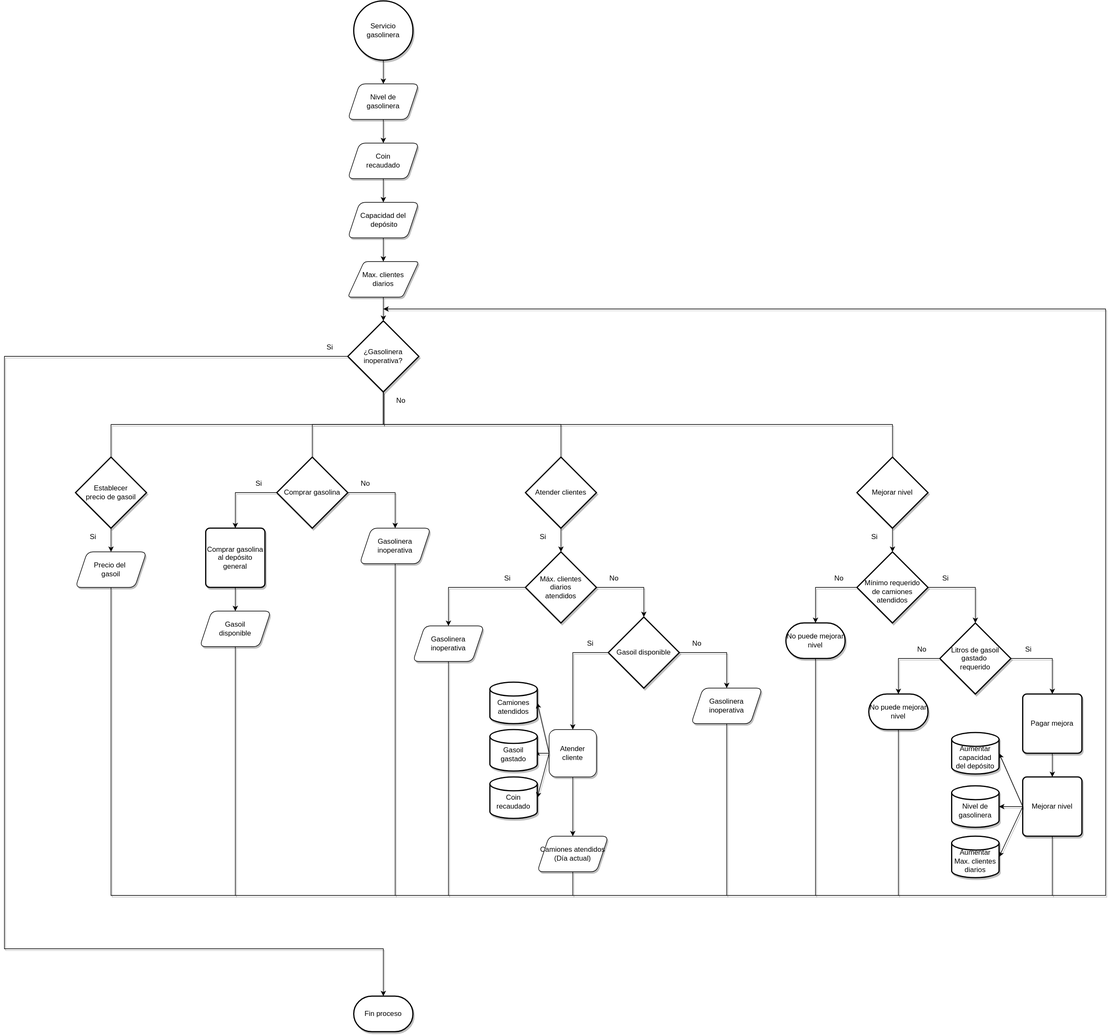
The draw.io diagram Gasolineras.svg in JuanLuisCorrea/Diagramas-de-flujo-para-servicios---WoT, before a commit. Source tidied: cells renumbered, new cells last; positions are measured from the earlier drawing's top-left corner, leaving out a move shared by most shapes.
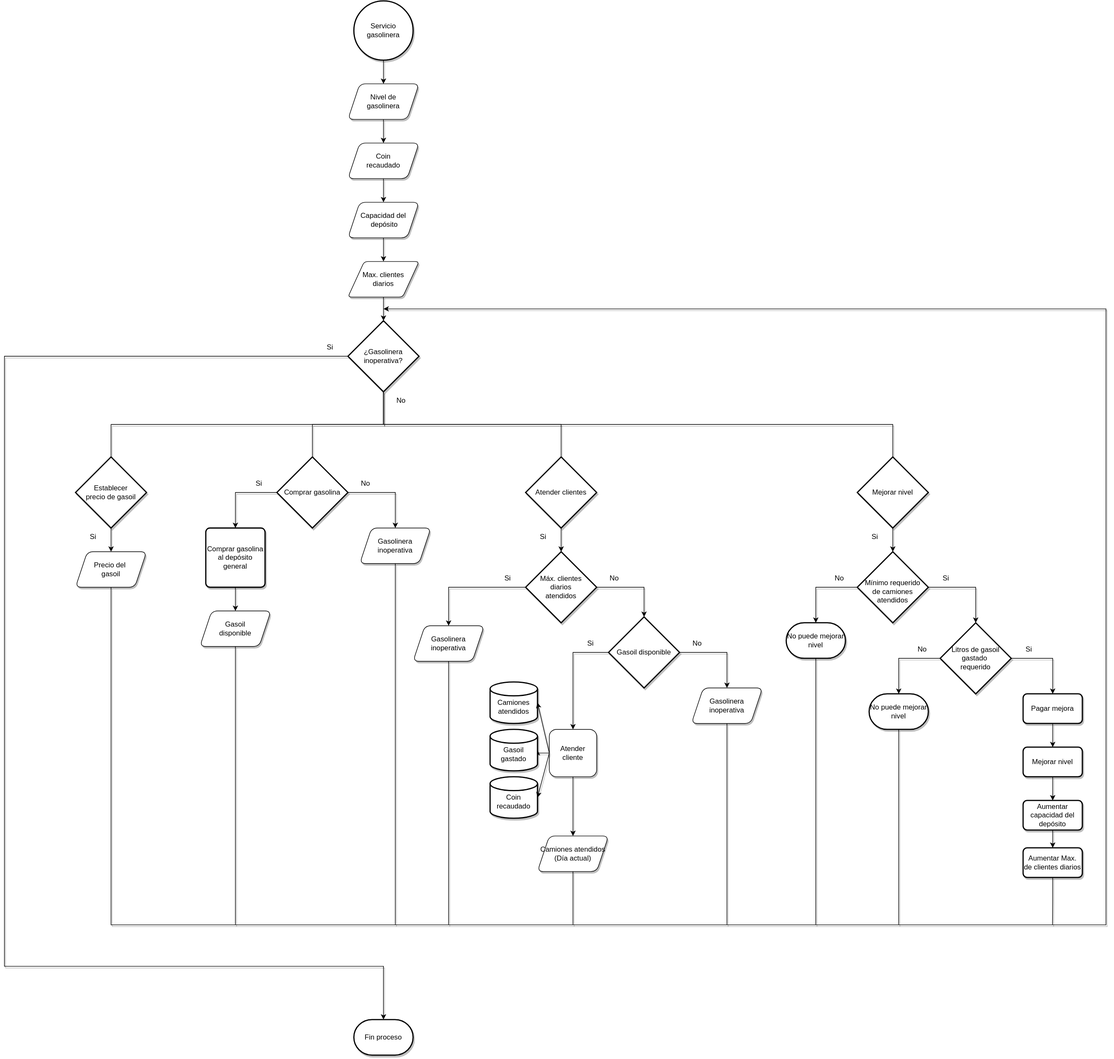
After the change.

The edit, as a diff of the source:
```diff
@@ -39,8 +39,8 @@
       <mxGeometry relative="1" as="geometry">
         <Array as="points">
           <mxPoint y="600" />
-          <mxPoint y="1600" />
-          <mxPoint x="640" y="1600" />
+          <mxPoint y="1630" />
+          <mxPoint x="640" y="1630" />
         </Array>
       </mxGeometry>
     </mxCell>
@@ -178,7 +178,7 @@
     </mxCell>
     <mxCell id="55" style="edgeStyle=orthogonalEdgeStyle;rounded=0;jettySize=auto;html=1;exitX=0.5;exitY=1;exitDx=0;exitDy=0;exitPerimeter=0;shadow=1;endArrow=none;endFill=0;" parent="1" edge="1" source="56">
       <mxGeometry relative="1" as="geometry">
-        <mxPoint x="1370" y="1510" as="targetPoint" />
+        <mxPoint x="1370" y="1560" as="targetPoint" />
       </mxGeometry>
     </mxCell>
     <mxCell id="56" value="No puede mejorar nivel" style="strokeWidth=2;html=1;shape=mxgraph.flowchart.terminator;whiteSpace=wrap;shadow=1;" parent="1" vertex="1">
@@ -201,7 +201,7 @@
     </mxCell>
     <mxCell id="62" style="edgeStyle=orthogonalEdgeStyle;rounded=0;jettySize=auto;html=1;exitX=0.5;exitY=1;exitDx=0;exitDy=0;exitPerimeter=0;shadow=1;endArrow=none;endFill=0;" parent="1" edge="1" source="63">
       <mxGeometry relative="1" as="geometry">
-        <mxPoint x="1510" y="1510" as="targetPoint" />
+        <mxPoint x="1510" y="1560" as="targetPoint" />
       </mxGeometry>
     </mxCell>
     <mxCell id="63" value="No puede mejorar nivel" style="strokeWidth=2;html=1;shape=mxgraph.flowchart.terminator;whiteSpace=wrap;shadow=1;" parent="1" vertex="1">
@@ -214,36 +214,19 @@
       <mxGeometry relative="1" as="geometry" />
     </mxCell>
     <mxCell id="66" value="Pagar mejora" style="rounded=1;whiteSpace=wrap;html=1;absoluteArcSize=1;arcSize=14;strokeWidth=2;shadow=1;sketch=0;" parent="1" vertex="1">
-      <mxGeometry x="1720" y="1170" width="100" height="100" as="geometry" />
+      <mxGeometry x="1720" y="1170" width="100" height="50" as="geometry" />
     </mxCell>
     <mxCell id="67" value="Si" style="text;html=1;strokeColor=none;fillColor=none;align=center;verticalAlign=middle;whiteSpace=wrap;rounded=0;shadow=1;" parent="1" vertex="1">
       <mxGeometry x="1700" y="1080" width="60" height="30" as="geometry" />
     </mxCell>
-    <mxCell id="68" style="edgeStyle=orthogonalEdgeStyle;rounded=0;jettySize=auto;html=1;shadow=1;" parent="1" edge="1" source="70" target="79">
-      <mxGeometry relative="1" as="geometry" />
-    </mxCell>
-    <mxCell id="69" style="edgeStyle=orthogonalEdgeStyle;rounded=0;jettySize=auto;html=1;exitX=0.5;exitY=1;exitDx=0;exitDy=0;shadow=1;endArrow=none;endFill=0;" parent="1" edge="1" source="70">
-      <mxGeometry relative="1" as="geometry">
-        <mxPoint x="1770" y="1510" as="targetPoint" />
-      </mxGeometry>
-    </mxCell>
+    <mxCell id="73" style="edgeStyle=orthogonalEdgeStyle;rounded=0;jettySize=auto;html=1;shadow=1;endArrow=classic;endFill=1;" parent="1" edge="1" source="70" target="71">
+      <mxGeometry relative="1" as="geometry" />
+    </mxCell>
     <mxCell id="70" value="Mejorar nivel" style="rounded=1;whiteSpace=wrap;html=1;absoluteArcSize=1;arcSize=14;strokeWidth=2;shadow=1;sketch=0;" parent="1" vertex="1">
-      <mxGeometry x="1720" y="1310" width="100" height="100" as="geometry" />
+      <mxGeometry x="1720" y="1260" width="100" height="50" as="geometry" />
     </mxCell>
-    <mxCell id="71" value="&lt;br&gt;Aumentar&lt;br&gt;capacidad&lt;br&gt;del depósito" style="strokeWidth=2;html=1;shape=mxgraph.flowchart.database;whiteSpace=wrap;shadow=1;direction=east;" parent="1" vertex="1">
-      <mxGeometry x="1600" y="1235" width="80" height="70" as="geometry" />
-    </mxCell>
-    <mxCell id="72" value="&lt;br&gt;Aumentar&lt;br&gt;Max. clientes&lt;br&gt;diarios" style="strokeWidth=2;html=1;shape=mxgraph.flowchart.database;whiteSpace=wrap;shadow=1;direction=east;" parent="1" vertex="1">
-      <mxGeometry x="1600" y="1410" width="80" height="70" as="geometry" />
-    </mxCell>
-    <mxCell id="73" style="endArrow=classic;html=1;rounded=0;shadow=1;exitX=0;exitY=0.5;exitDx=0;exitDy=0;entryX=1;entryY=0.5;entryDx=0;entryDy=0;entryPerimeter=0;" parent="1" edge="1" source="70" target="71">
-      <mxGeometry relative="1" as="geometry" />
-    </mxCell>
-    <mxCell id="74" style="endArrow=classic;html=1;rounded=0;shadow=1;exitX=0;exitY=0.5;exitDx=0;exitDy=0;entryX=1;entryY=0.5;entryDx=0;entryDy=0;entryPerimeter=0;" parent="1" edge="1" source="70" target="72">
-      <mxGeometry relative="1" as="geometry" />
-    </mxCell>
     <mxCell id="75" value="Fin proceso" style="strokeWidth=2;html=1;shape=mxgraph.flowchart.terminator;whiteSpace=wrap;rounded=1;shadow=1;sketch=0;" parent="1" vertex="1">
-      <mxGeometry x="590" y="1680" width="100" height="60" as="geometry" />
+      <mxGeometry x="590" y="1720" width="100" height="60" as="geometry" />
     </mxCell>
     <mxCell id="76" value="Gasoil &lt;br&gt;disponible" style="shape=parallelogram;perimeter=parallelogramPerimeter;whiteSpace=wrap;html=1;fixedSize=1;rounded=1;sketch=0;shadow=1;" parent="1" vertex="1">
       <mxGeometry x="330" y="1030" width="120" height="60" as="geometry" />
@@ -252,8 +235,8 @@
       <mxGeometry relative="1" as="geometry">
         <mxPoint x="640" y="520" as="targetPoint" />
         <Array as="points">
-          <mxPoint x="180" y="1510" />
-          <mxPoint x="1860" y="1510" />
+          <mxPoint x="180" y="1560" />
+          <mxPoint x="1860" y="1560" />
           <mxPoint x="1860" y="520" />
         </Array>
       </mxGeometry>
@@ -261,12 +244,9 @@
     <mxCell id="78" value="Precio del&amp;nbsp;&lt;br&gt;gasoil" style="shape=parallelogram;perimeter=parallelogramPerimeter;whiteSpace=wrap;html=1;fixedSize=1;rounded=1;sketch=0;shadow=1;" parent="1" vertex="1">
       <mxGeometry x="120" y="930" width="120" height="60" as="geometry" />
     </mxCell>
-    <mxCell id="79" value="&lt;br&gt;Nivel de gasolinera" style="strokeWidth=2;html=1;shape=mxgraph.flowchart.database;whiteSpace=wrap;shadow=1;direction=east;" parent="1" vertex="1">
-      <mxGeometry x="1600" y="1325" width="80" height="70" as="geometry" />
-    </mxCell>
     <mxCell id="80" style="edgeStyle=orthogonalEdgeStyle;rounded=0;jettySize=auto;html=1;exitX=0.5;exitY=1;exitDx=0;exitDy=0;shadow=1;endArrow=none;endFill=0;" parent="1" edge="1" source="81">
       <mxGeometry relative="1" as="geometry">
-        <mxPoint x="960" y="1510" as="targetPoint" />
+        <mxPoint x="960" y="1560" as="targetPoint" />
       </mxGeometry>
     </mxCell>
     <mxCell id="81" value="Camiones atendidos&lt;br&gt;(Día actual)" style="shape=parallelogram;perimeter=parallelogramPerimeter;whiteSpace=wrap;html=1;fixedSize=1;rounded=1;sketch=0;shadow=1;" parent="1" vertex="1">
@@ -277,7 +257,7 @@
     </mxCell>
     <mxCell id="83" style="edgeStyle=orthogonalEdgeStyle;rounded=0;jettySize=auto;html=1;exitX=0.5;exitY=1;exitDx=0;exitDy=0;shadow=1;endArrow=none;endFill=0;" parent="1" edge="1" source="84">
       <mxGeometry relative="1" as="geometry">
-        <mxPoint x="1220" y="1510" as="targetPoint" />
+        <mxPoint x="1220" y="1560" as="targetPoint" />
       </mxGeometry>
     </mxCell>
     <mxCell id="84" value="Gasolinera&lt;br&gt;inoperativa" style="shape=parallelogram;perimeter=parallelogramPerimeter;whiteSpace=wrap;html=1;fixedSize=1;rounded=1;sketch=0;shadow=1;" parent="1" vertex="1">
@@ -285,7 +265,7 @@
     </mxCell>
     <mxCell id="85" style="edgeStyle=orthogonalEdgeStyle;rounded=0;jettySize=auto;html=1;shadow=1;endArrow=none;endFill=0;" parent="1" edge="1" source="86">
       <mxGeometry relative="1" as="geometry">
-        <mxPoint x="750" y="1510" as="targetPoint" />
+        <mxPoint x="750" y="1560" as="targetPoint" />
       </mxGeometry>
     </mxCell>
     <mxCell id="86" value="Gasolinera&lt;br&gt;inoperativa" style="shape=parallelogram;perimeter=parallelogramPerimeter;whiteSpace=wrap;html=1;fixedSize=1;rounded=1;sketch=0;shadow=1;" parent="1" vertex="1">
@@ -296,16 +276,30 @@
     </mxCell>
     <mxCell id="88" style="endArrow=none;html=1;rounded=0;shadow=1;exitX=0.5;exitY=1;exitDx=0;exitDy=0;" parent="1" edge="1" source="76">
       <mxGeometry relative="1" as="geometry">
-        <mxPoint x="390" y="1510" as="targetPoint" />
+        <mxPoint x="390" y="1560" as="targetPoint" />
       </mxGeometry>
     </mxCell>
     <mxCell id="89" style="endArrow=none;html=1;rounded=0;shadow=1;exitX=0.5;exitY=1;exitDx=0;exitDy=0;" parent="1" edge="1" source="82">
       <mxGeometry relative="1" as="geometry">
-        <mxPoint x="660" y="1510" as="targetPoint" />
+        <mxPoint x="660" y="1560" as="targetPoint" />
       </mxGeometry>
     </mxCell>
     <mxCell id="90" value="No" style="text;html=1;strokeColor=none;fillColor=none;align=center;verticalAlign=middle;whiteSpace=wrap;rounded=0;shadow=1;" parent="1" vertex="1">
       <mxGeometry x="640" y="660" width="60" height="30" as="geometry" />
     </mxCell>
+    <mxCell id="91" style="edgeStyle=orthogonalEdgeStyle;rounded=0;jettySize=auto;html=1;shadow=1;endArrow=classic;endFill=1;" parent="1" edge="1" source="71" target="93">
+      <mxGeometry relative="1" as="geometry" />
+    </mxCell>
+    <mxCell id="71" value="Aumentar capacidad del depósito" style="rounded=1;whiteSpace=wrap;html=1;absoluteArcSize=1;arcSize=14;strokeWidth=2;shadow=1;sketch=0;" parent="1" vertex="1">
+      <mxGeometry x="1720" y="1350" width="100" height="50" as="geometry" />
+    </mxCell>
+    <mxCell id="92" style="edgeStyle=orthogonalEdgeStyle;rounded=0;jettySize=auto;html=1;exitX=0.5;exitY=1;exitDx=0;exitDy=0;shadow=1;endArrow=none;endFill=0;" parent="1" edge="1" source="93">
+      <mxGeometry relative="1" as="geometry">
+        <mxPoint x="1769.6" y="1560" as="targetPoint" />
+      </mxGeometry>
+    </mxCell>
+    <mxCell id="93" value="Aumentar Max. de clientes diarios" style="rounded=1;whiteSpace=wrap;html=1;absoluteArcSize=1;arcSize=14;strokeWidth=2;shadow=1;sketch=0;" parent="1" vertex="1">
+      <mxGeometry x="1720" y="1430" width="100" height="50" as="geometry" />
+    </mxCell>
   </root>
 </mxGraphModel>
```
